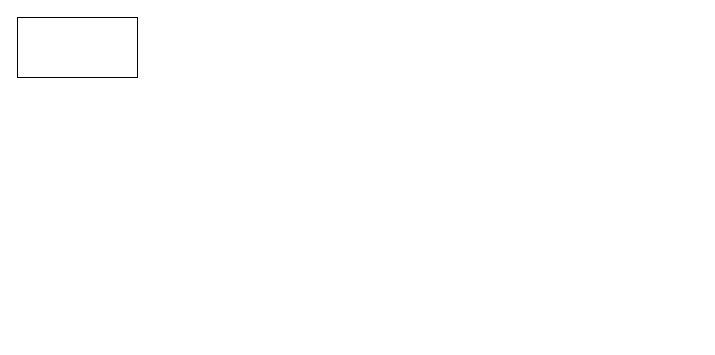
Earlier version of the draw.io diagram 天眼.drawio (xiao-chen233/my-drawio-hub). Source tidied: cells renumbered, new cells numbered last; positions are measured from the earlier drawing's top-left corner, leaving out a move shared by most shapes. Both pictures are drawn from the tidied source at 100%, with x=0, y=0 at pixel (17, 17).
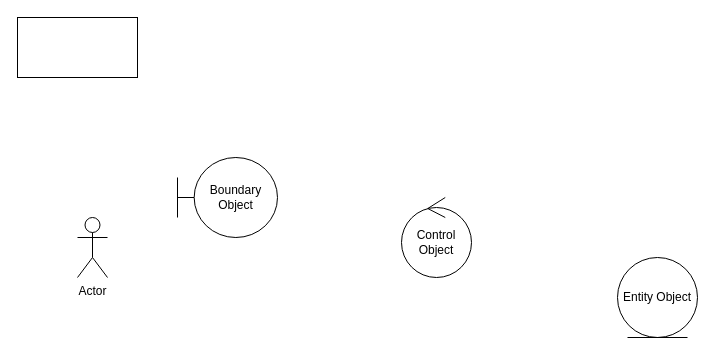
The same page after the edit.

Diff of the diagram source:
```diff
@@
 <mxGraphModel>
   <root>
     <mxCell id="0" />
     <mxCell id="1" parent="0" />
     <mxCell id="2" style="rounded=0;whiteSpace=wrap;html=1;" parent="1" vertex="1">
       <mxGeometry width="120" height="60" as="geometry" />
     </mxCell>
+    <mxCell id="3" value="Actor" style="shape=umlActor;verticalLabelPosition=bottom;verticalAlign=top;html=1;" parent="1" vertex="1">
+      <mxGeometry x="60" y="200" width="30" height="60" as="geometry" />
+    </mxCell>
+    <mxCell id="4" value="Boundary Object" style="shape=umlBoundary;whiteSpace=wrap;html=1;" parent="1" vertex="1">
+      <mxGeometry x="160" y="140" width="100" height="80" as="geometry" />
+    </mxCell>
+    <mxCell id="5" value="Entity Object" style="ellipse;shape=umlEntity;whiteSpace=wrap;html=1;" parent="1" vertex="1">
+      <mxGeometry x="600" y="240" width="80" height="80" as="geometry" />
+    </mxCell>
+    <mxCell id="6" value="Control Object" style="ellipse;shape=umlControl;whiteSpace=wrap;html=1;" parent="1" vertex="1">
+      <mxGeometry x="384" y="180" width="70" height="80" as="geometry" />
+    </mxCell>
   </root>
 </mxGraphModel>
```
